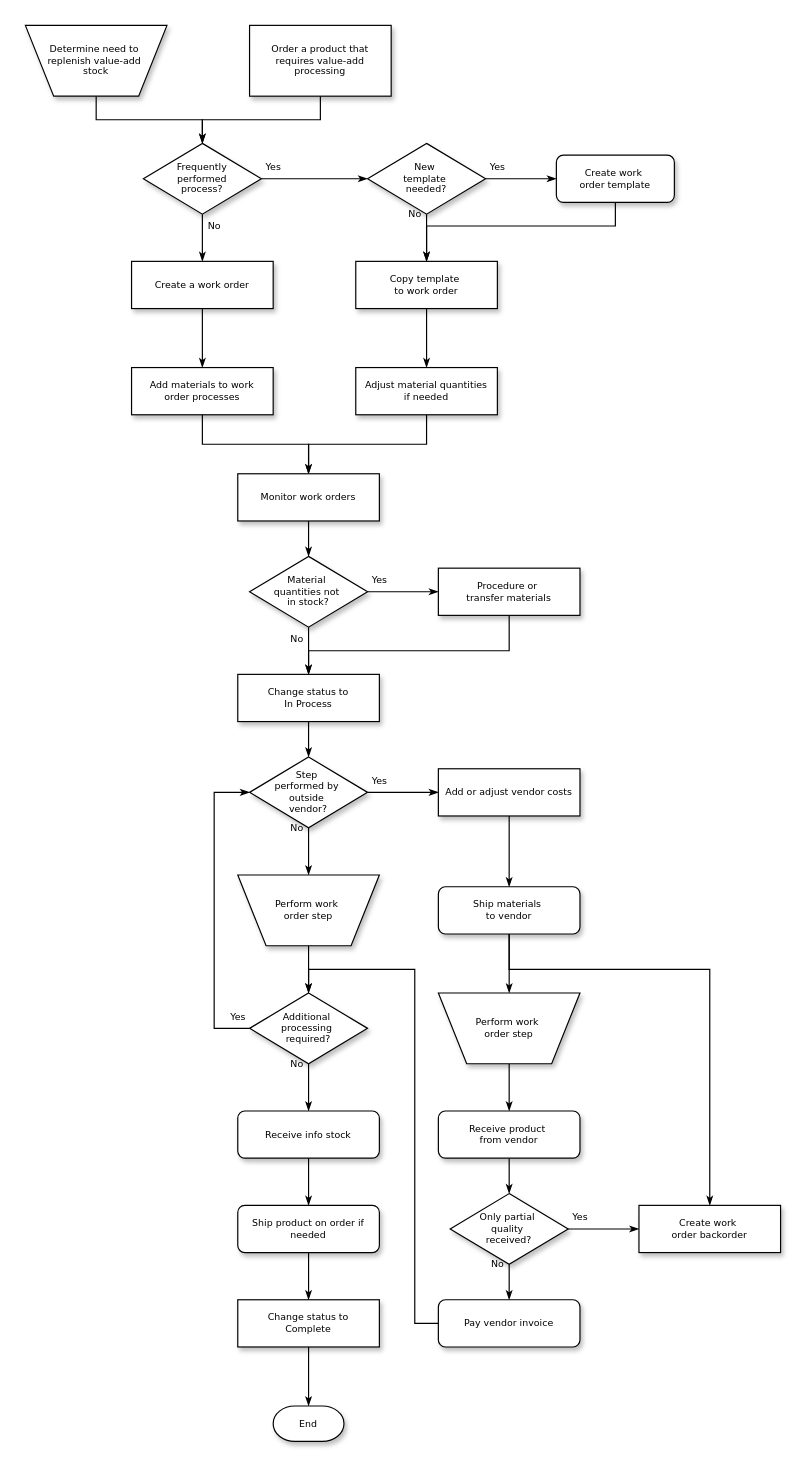
Before: Deploy Steps.drawio in ttrezren/AWS-deploy, a draw.io diagram. Source tidied: cells renumbered, new cells numbered last; positions are measured from the earlier drawing's top-left corner, leaving out a move shared by most shapes. Both pictures are drawn from the tidied source at 118%, with x=0, y=0 at pixel (25, 25).
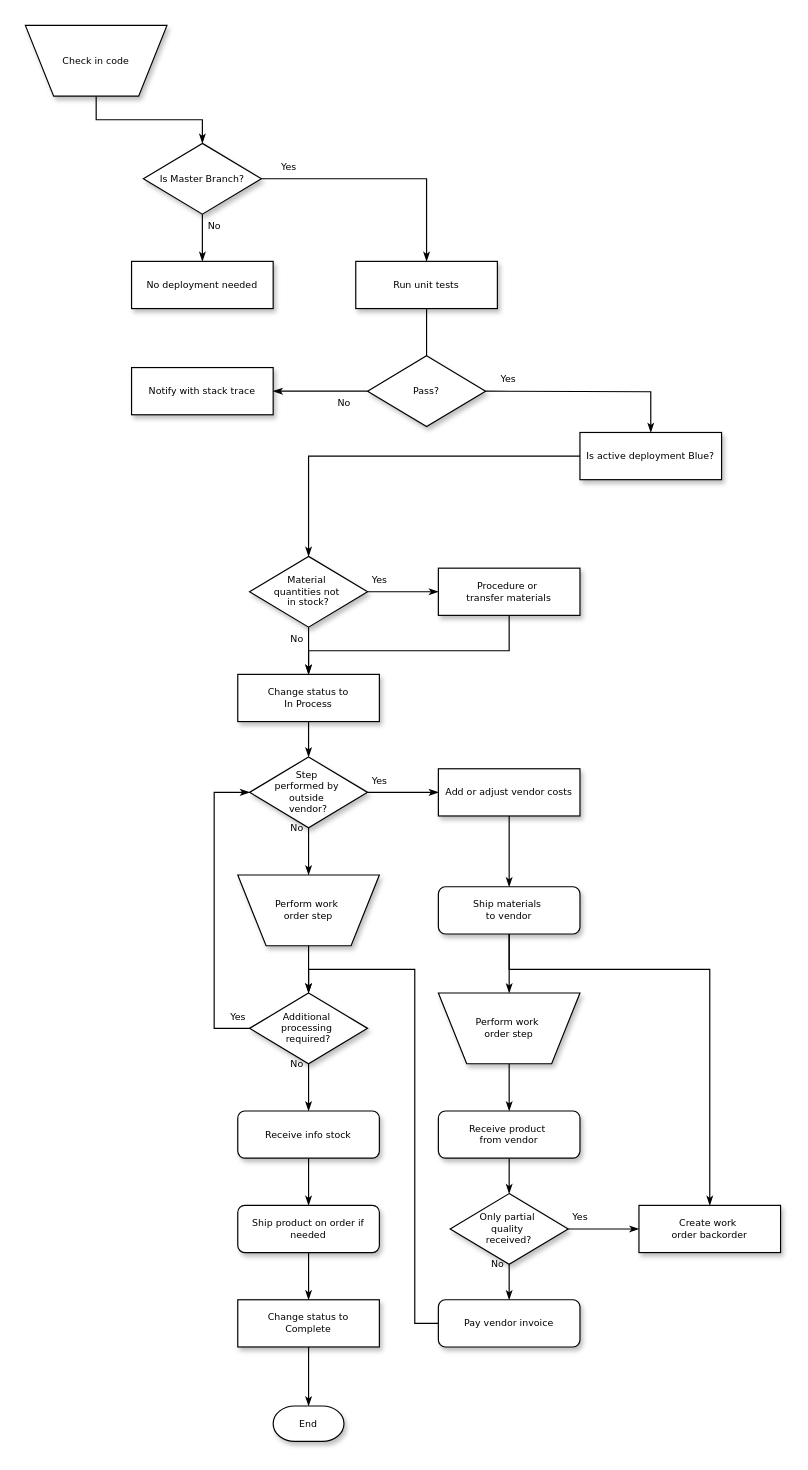
The same page after the edit.

What changed in the source:
```diff
@@
-    <mxCell id="3" value="Determine need to&amp;nbsp;&lt;div&gt;replenish value-add&amp;nbsp;&lt;/div&gt;&lt;div&gt;stock&lt;/div&gt;" style="shape=trapezoid;whiteSpace=wrap;html=1;rounded=0;shadow=1;labelBackgroundColor=none;strokeWidth=1;fontFamily=Verdana;fontSize=8;align=center;flipV=1;" parent="1" vertex="1">
+    <mxCell id="3" value="Check in code" style="shape=trapezoid;whiteSpace=wrap;html=1;rounded=0;shadow=1;labelBackgroundColor=none;strokeWidth=1;fontFamily=Verdana;fontSize=8;align=center;flipV=1;" parent="1" vertex="1">
       <mxGeometry width="120" height="60" as="geometry" />
     </mxCell>
-    <mxCell id="4" style="edgeStyle=orthogonalEdgeStyle;rounded=0;html=1;labelBackgroundColor=none;startSize=5;endArrow=classicThin;endFill=1;endSize=5;jettySize=auto;strokeWidth=1;fontFamily=Verdana;fontSize=8;" parent="1" edge="1" source="5" target="8">
-      <mxGeometry relative="1" as="geometry" />
-    </mxCell>
-    <mxCell id="5" value="Order a product that&lt;div&gt;requires value-add processing&lt;/div&gt;" style="rounded=0;whiteSpace=wrap;html=1;shadow=1;labelBackgroundColor=none;strokeWidth=1;fontFamily=Verdana;fontSize=8;align=center;" parent="1" vertex="1">
-      <mxGeometry x="190" width="120" height="60" as="geometry" />
-    </mxCell>
-    <mxCell id="6" value="Yes" style="edgeStyle=orthogonalEdgeStyle;rounded=0;html=1;labelBackgroundColor=none;startSize=5;endArrow=classicThin;endFill=1;endSize=5;jettySize=auto;strokeWidth=1;fontFamily=Verdana;fontSize=8;" parent="1" edge="1" source="8" target="11">
+    <mxCell id="6" value="Yes" style="edgeStyle=orthogonalEdgeStyle;rounded=0;html=1;labelBackgroundColor=none;startSize=5;endArrow=classicThin;endFill=1;endSize=5;jettySize=auto;strokeWidth=1;fontFamily=Verdana;fontSize=8;entryX=0.5;entryY=0;entryDx=0;entryDy=0;" parent="1" edge="1" source="8" target="17">
       <mxGeometry x="-0.78" y="10" relative="1" as="geometry" />
     </mxCell>
@@
-    <mxCell id="8" value="Frequently&lt;div&gt;performed&lt;/div&gt;&lt;div&gt;process?&lt;/div&gt;" style="rhombus;whiteSpace=wrap;html=1;rounded=0;shadow=1;labelBackgroundColor=none;strokeWidth=1;fontFamily=Verdana;fontSize=8;align=center;" parent="1" vertex="1">
+    <mxCell id="8" value="Is Master Branch?" style="rhombus;whiteSpace=wrap;html=1;rounded=0;shadow=1;labelBackgroundColor=none;strokeWidth=1;fontFamily=Verdana;fontSize=8;align=center;" parent="1" vertex="1">
       <mxGeometry x="100" y="100" width="100" height="60" as="geometry" />
     </mxCell>
-    <mxCell id="9" value="Yes" style="edgeStyle=orthogonalEdgeStyle;rounded=0;html=1;labelBackgroundColor=none;startSize=5;endArrow=classicThin;endFill=1;endSize=5;jettySize=auto;strokeWidth=1;fontFamily=Verdana;fontSize=8;" parent="1" edge="1" source="11" target="13">
-      <mxGeometry x="-0.67" y="10" relative="1" as="geometry" />
-    </mxCell>
-    <mxCell id="10" value="No" style="edgeStyle=orthogonalEdgeStyle;rounded=0;html=1;labelBackgroundColor=none;startSize=5;endArrow=classicThin;endFill=1;endSize=5;jettySize=auto;strokeWidth=1;fontFamily=Verdana;fontSize=8;" parent="1" edge="1" source="11" target="17">
-      <mxGeometry x="-1" y="-10" relative="1" as="geometry" />
-    </mxCell>
-    <mxCell id="11" value="New&amp;nbsp;&lt;div&gt;template&amp;nbsp;&lt;/div&gt;&lt;div&gt;needed?&lt;/div&gt;" style="rhombus;whiteSpace=wrap;html=1;rounded=0;shadow=1;labelBackgroundColor=none;strokeWidth=1;fontFamily=Verdana;fontSize=8;align=center;" parent="1" vertex="1">
-      <mxGeometry x="290" y="100" width="100" height="60" as="geometry" />
-    </mxCell>
-    <mxCell id="12" style="edgeStyle=orthogonalEdgeStyle;rounded=0;html=1;labelBackgroundColor=none;startSize=5;endArrow=classicThin;endFill=1;endSize=5;jettySize=auto;strokeWidth=1;fontFamily=Verdana;fontSize=8;" parent="1" edge="1" source="13" target="17">
-      <mxGeometry relative="1" as="geometry">
-        <Array as="points">
-          <mxPoint x="500" y="170" />
-          <mxPoint x="340" y="170" />
-        </Array>
-      </mxGeometry>
-    </mxCell>
-    <mxCell id="13" value="Create work&amp;nbsp;&lt;div&gt;order template&lt;/div&gt;" style="rounded=1;whiteSpace=wrap;html=1;shadow=1;labelBackgroundColor=none;strokeWidth=1;fontFamily=Verdana;fontSize=8;align=center;" parent="1" vertex="1">
-      <mxGeometry x="450" y="110" width="100" height="40" as="geometry" />
-    </mxCell>
-    <mxCell id="14" style="edgeStyle=orthogonalEdgeStyle;rounded=0;html=1;labelBackgroundColor=none;startSize=5;endArrow=classicThin;endFill=1;endSize=5;jettySize=auto;strokeWidth=1;fontFamily=Verdana;fontSize=8;" parent="1" edge="1" source="15" target="19">
-      <mxGeometry relative="1" as="geometry" />
-    </mxCell>
-    <mxCell id="15" value="Create a work order" style="whiteSpace=wrap;html=1;rounded=0;shadow=1;labelBackgroundColor=none;strokeWidth=1;fontFamily=Verdana;fontSize=8;align=center;" parent="1" vertex="1">
+    <mxCell id="15" value="No deployment needed" style="whiteSpace=wrap;html=1;rounded=0;shadow=1;labelBackgroundColor=none;strokeWidth=1;fontFamily=Verdana;fontSize=8;align=center;" parent="1" vertex="1">
       <mxGeometry x="90" y="200" width="120" height="40" as="geometry" />
     </mxCell>
-    <mxCell id="16" style="edgeStyle=orthogonalEdgeStyle;rounded=0;html=1;labelBackgroundColor=none;startSize=5;endArrow=classicThin;endFill=1;endSize=5;jettySize=auto;strokeWidth=1;fontFamily=Verdana;fontSize=8;" parent="1" edge="1" source="17" target="21">
-      <mxGeometry relative="1" as="geometry" />
+    <mxCell id="16" style="edgeStyle=orthogonalEdgeStyle;rounded=0;html=1;labelBackgroundColor=none;startSize=5;endArrow=classicThin;endFill=1;endSize=5;jettySize=auto;strokeWidth=1;fontFamily=Verdana;fontSize=8;" parent="1" edge="1" source="17">
+      <mxGeometry relative="1" as="geometry">
+        <mxPoint x="340" y="290" as="targetPoint" />
+      </mxGeometry>
     </mxCell>
-    <mxCell id="17" value="Copy template&amp;nbsp;&lt;div&gt;to work order&lt;/div&gt;" style="whiteSpace=wrap;html=1;rounded=0;shadow=1;labelBackgroundColor=none;strokeWidth=1;fontFamily=Verdana;fontSize=8;align=center;" parent="1" vertex="1">
+    <mxCell id="17" value="Run unit tests" style="whiteSpace=wrap;html=1;rounded=0;shadow=1;labelBackgroundColor=none;strokeWidth=1;fontFamily=Verdana;fontSize=8;align=center;" parent="1" vertex="1">
       <mxGeometry x="280" y="200" width="120" height="40" as="geometry" />
     </mxCell>
-    <mxCell id="18" style="edgeStyle=orthogonalEdgeStyle;rounded=0;html=1;labelBackgroundColor=none;startSize=5;endArrow=classicThin;endFill=1;endSize=5;jettySize=auto;strokeWidth=1;fontFamily=Verdana;fontSize=8;" parent="1" edge="1" source="19" target="23">
-      <mxGeometry relative="1" as="geometry" />
-    </mxCell>
-    <mxCell id="19" value="Add materials to work order processes" style="whiteSpace=wrap;html=1;rounded=0;shadow=1;labelBackgroundColor=none;strokeWidth=1;fontFamily=Verdana;fontSize=8;align=center;spacing=6;" parent="1" vertex="1">
-      <mxGeometry x="90" y="290" width="120" height="40" as="geometry" />
-    </mxCell>
-    <mxCell id="20" style="edgeStyle=orthogonalEdgeStyle;rounded=0;html=1;labelBackgroundColor=none;startSize=5;endArrow=classicThin;endFill=1;endSize=5;jettySize=auto;strokeWidth=1;fontFamily=Verdana;fontSize=8;" parent="1" edge="1" source="21" target="23">
-      <mxGeometry relative="1" as="geometry" />
-    </mxCell>
-    <mxCell id="21" value="Adjust material quantities if needed" style="whiteSpace=wrap;html=1;rounded=0;shadow=1;labelBackgroundColor=none;strokeWidth=1;fontFamily=Verdana;fontSize=8;align=center;spacing=6;" parent="1" vertex="1">
-      <mxGeometry x="280" y="290" width="120" height="40" as="geometry" />
-    </mxCell>
@@
-    <mxCell id="23" value="Monitor work orders" style="whiteSpace=wrap;html=1;rounded=0;shadow=1;labelBackgroundColor=none;strokeWidth=1;fontFamily=Verdana;fontSize=8;align=center;" parent="1" vertex="1">
-      <mxGeometry x="180" y="380" width="120" height="40" as="geometry" />
+    <mxCell id="23" value="Is active deployment Blue?" style="whiteSpace=wrap;html=1;rounded=0;shadow=1;labelBackgroundColor=none;strokeWidth=1;fontFamily=Verdana;fontSize=8;align=center;" parent="1" vertex="1">
+      <mxGeometry x="470" y="345" width="120" height="40" as="geometry" />
     </mxCell>
@@
+    <mxCell id="61" value="Pass?" style="rhombus;whiteSpace=wrap;html=1;rounded=0;shadow=1;labelBackgroundColor=none;strokeWidth=1;fontFamily=Verdana;fontSize=8;align=center;" parent="1" vertex="1">
+      <mxGeometry x="290" y="280" width="100" height="60" as="geometry" />
+    </mxCell>
+    <mxCell id="62" value="Notify with stack trace" style="whiteSpace=wrap;html=1;rounded=0;shadow=1;labelBackgroundColor=none;strokeWidth=1;fontFamily=Verdana;fontSize=8;align=center;" parent="1" vertex="1">
+      <mxGeometry x="90" y="290" width="120" height="40" as="geometry" />
+    </mxCell>
+    <mxCell id="9" value="Yes" style="edgeStyle=orthogonalEdgeStyle;rounded=0;html=1;labelBackgroundColor=none;startSize=5;endArrow=classicThin;endFill=1;endSize=5;jettySize=auto;strokeWidth=1;fontFamily=Verdana;fontSize=8;entryX=0.5;entryY=0;entryDx=0;entryDy=0;" parent="1" edge="1" target="23">
+      <mxGeometry x="-0.78" y="10" relative="1" as="geometry">
+        <mxPoint x="390" y="310" as="sourcePoint" />
+      </mxGeometry>
+    </mxCell>
+    <mxCell id="10" value="No" style="edgeStyle=orthogonalEdgeStyle;rounded=0;html=1;labelBackgroundColor=none;startSize=5;endArrow=classicThin;endFill=1;endSize=5;jettySize=auto;strokeWidth=1;fontFamily=Verdana;fontSize=8;exitX=0;exitY=0.5;exitDx=0;exitDy=0;entryX=1;entryY=0.5;entryDx=0;entryDy=0;" parent="1" edge="1" source="61" target="62">
+      <mxGeometry x="-0.5" y="10" relative="1" as="geometry">
+        <Array as="points">
+          <mxPoint x="250" y="310" />
+          <mxPoint x="250" y="310" />
+        </Array>
+      </mxGeometry>
+    </mxCell>
```
